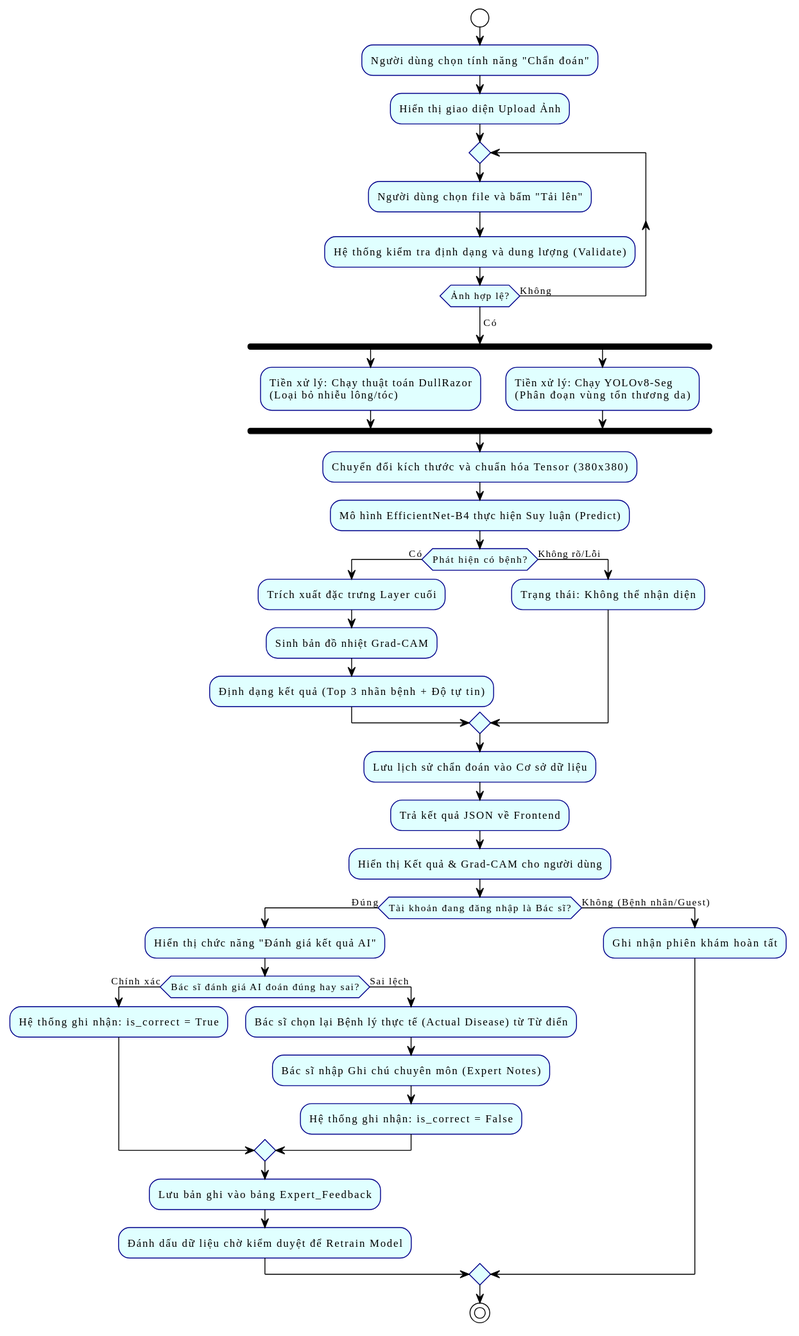
DHK-jv/Dermatology-Diagnosis-Model keeps this PlantUML diagram as research/uml/activity.svg. Above is the earlier version. The source it was exported from:
```plantuml
@startuml
!theme plain
skinparam activity {
  BackgroundColor LightCyan
  BorderColor DarkBlue
}

start
:Người dùng chọn tính năng "Chẩn đoán";
:Hiển thị giao diện Upload Ảnh;

repeat
  :Người dùng chọn file và bấm "Tải lên";
  :Hệ thống kiểm tra định dạng và dung lượng (Validate);
repeat while (Ảnh hợp lệ?) is (Không)
-> Có;

fork
  :Tiền xử lý: Chạy thuật toán DullRazor\n(Loại bỏ nhiễu lông/tóc);
fork again
  :Tiền xử lý: Chạy YOLOv8-Seg\n(Phân đoạn vùng tổn thương da);
end fork

:Chuyển đổi kích thước và chuẩn hóa Tensor (380x380);
:Mô hình EfficientNet-B4 thực hiện Suy luận (Predict);

if (Phát hiện có bệnh?) then (Có)
  :Trích xuất đặc trưng Layer cuối;
  :Sinh bản đồ nhiệt Grad-CAM;
  :Định dạng kết quả (Top 3 nhãn bệnh + Độ tự tin);
else (Không rõ/Lỗi)
  :Trạng thái: Không thể nhận diện;
endif

:Lưu lịch sử chẩn đoán vào Cơ sở dữ liệu;
:Trả kết quả JSON về Frontend;
:Hiển thị Kết quả & Grad-CAM cho người dùng;


if (Tài khoản đang đăng nhập là Bác sĩ?) then (Đúng)
  :Hiển thị chức năng "Đánh giá kết quả AI";
  if (Bác sĩ đánh giá AI đoán đúng hay sai?) then (Chính xác)
    :Hệ thống ghi nhận: is_correct = True;
  else (Sai lệch)
    :Bác sĩ chọn lại Bệnh lý thực tế (Actual Disease) từ Từ điển;
    :Bác sĩ nhập Ghi chú chuyên môn (Expert Notes);
    :Hệ thống ghi nhận: is_correct = False;
  endif
  :Lưu bản ghi vào bảng Expert_Feedback;
  :Đánh dấu dữ liệu chờ kiểm duyệt để Retrain Model;
else (Không (Bệnh nhân/Guest))
  :Ghi nhận phiên khám hoàn tất;
endif

stop
@enduml
```
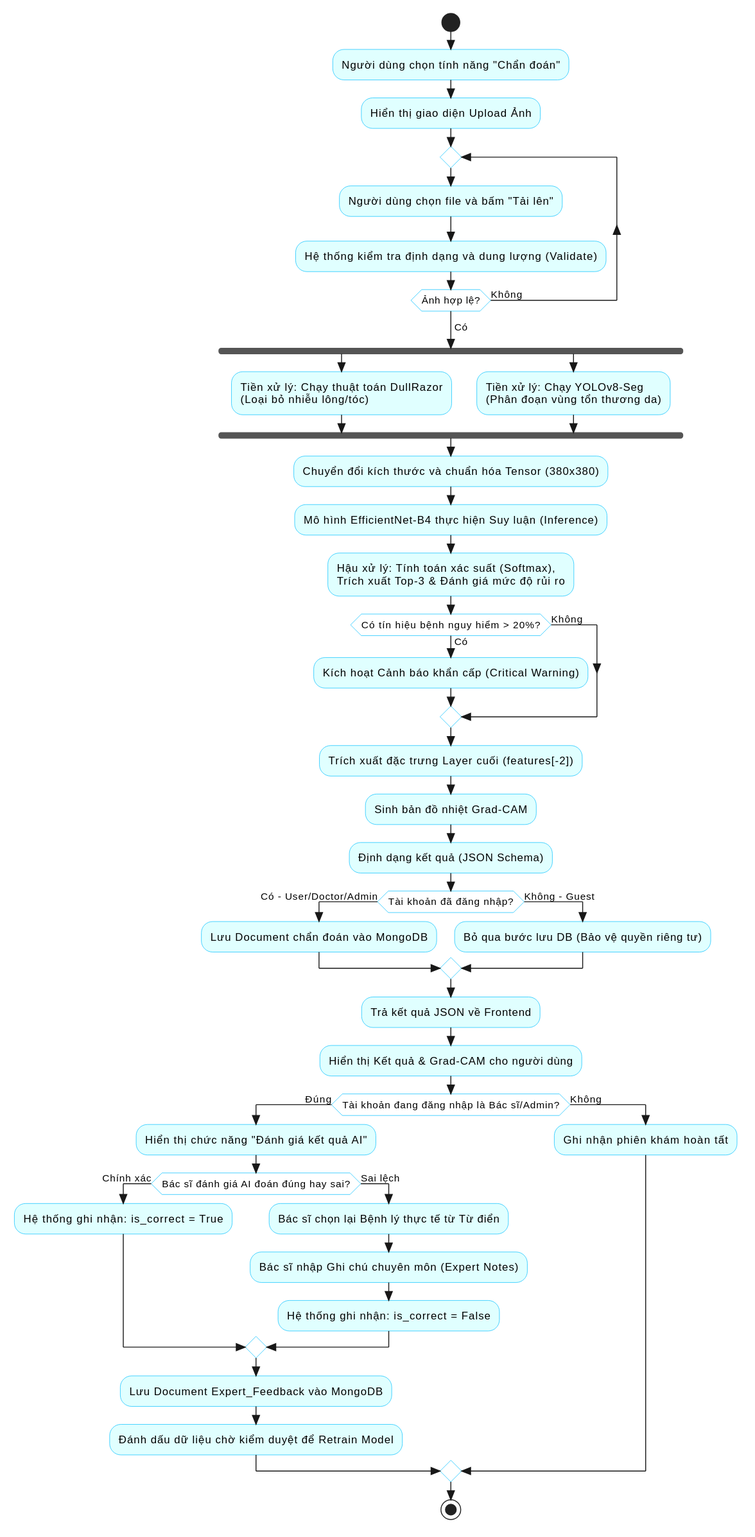
Above is the later version.

The edit, as a diff of the source:
```diff
@@ -1,14 +1,15 @@
 @startuml
-!theme plain
+skinparam style strictuml
 skinparam activity {
   BackgroundColor LightCyan
-  BorderColor DarkBlue
+  BorderColor DeepSkyBlue
+  DiamondBackgroundColor White
+  DiamondBorderColor DeepSkyBlue
 }
 
 start
 :Người dùng chọn tính năng "Chẩn đoán";
 :Hiển thị giao diện Upload Ảnh;
-
 repeat
   :Người dùng chọn file và bấm "Tải lên";
   :Hệ thống kiểm tra định dạng và dung lượng (Validate);
@@ -22,33 +23,39 @@
 end fork
 
 :Chuyển đổi kích thước và chuẩn hóa Tensor (380x380);
-:Mô hình EfficientNet-B4 thực hiện Suy luận (Predict);
+:Mô hình EfficientNet-B4 thực hiện Suy luận (Inference);
+:Hậu xử lý: Tính toán xác suất (Softmax),\nTrích xuất Top-3 & Đánh giá mức độ rủi ro;
 
-if (Phát hiện có bệnh?) then (Có)
-  :Trích xuất đặc trưng Layer cuối;
-  :Sinh bản đồ nhiệt Grad-CAM;
-  :Định dạng kết quả (Top 3 nhãn bệnh + Độ tự tin);
-else (Không rõ/Lỗi)
-  :Trạng thái: Không thể nhận diện;
+if (Có tín hiệu bệnh nguy hiểm > 20%?) then (Có)
+  :Kích hoạt Cảnh báo khẩn cấp (Critical Warning);
+else (Không)
 endif
 
-:Lưu lịch sử chẩn đoán vào Cơ sở dữ liệu;
+:Trích xuất đặc trưng Layer cuối (features[-2]);
+:Sinh bản đồ nhiệt Grad-CAM;
+:Định dạng kết quả (JSON Schema);
+
+if (Tài khoản đã đăng nhập?) then (Có - User/Doctor/Admin)
+  :Lưu Document chẩn đoán vào MongoDB;
+else (Không - Guest)
+  :Bỏ qua bước lưu DB (Bảo vệ quyền riêng tư);
+endif
+
 :Trả kết quả JSON về Frontend;
 :Hiển thị Kết quả & Grad-CAM cho người dùng;
 
-
-if (Tài khoản đang đăng nhập là Bác sĩ?) then (Đúng)
+if (Tài khoản đang đăng nhập là Bác sĩ/Admin?) then (Đúng)
   :Hiển thị chức năng "Đánh giá kết quả AI";
   if (Bác sĩ đánh giá AI đoán đúng hay sai?) then (Chính xác)
     :Hệ thống ghi nhận: is_correct = True;
   else (Sai lệch)
-    :Bác sĩ chọn lại Bệnh lý thực tế (Actual Disease) từ Từ điển;
+    :Bác sĩ chọn lại Bệnh lý thực tế từ Từ điển;
     :Bác sĩ nhập Ghi chú chuyên môn (Expert Notes);
     :Hệ thống ghi nhận: is_correct = False;
   endif
-  :Lưu bản ghi vào bảng Expert_Feedback;
+  :Lưu Document Expert_Feedback vào MongoDB;
   :Đánh dấu dữ liệu chờ kiểm duyệt để Retrain Model;
-else (Không (Bệnh nhân/Guest))
+else (Không)
   :Ghi nhận phiên khám hoàn tất;
 endif
 
```
